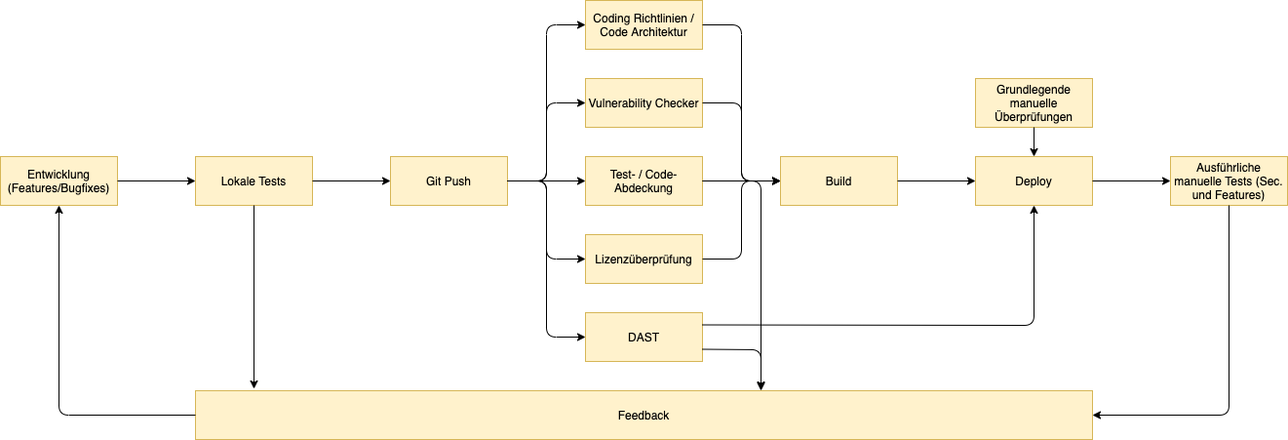
This is img/DevOpsWorkflow.png from TobiasKiehnlein/Seminararbeit-DAST, a draw.io export, as it was before one commit. Source tidied: cells renumbered, new cells last; positions are measured from the earlier drawing's top-left corner, leaving out a move shared by most shapes.
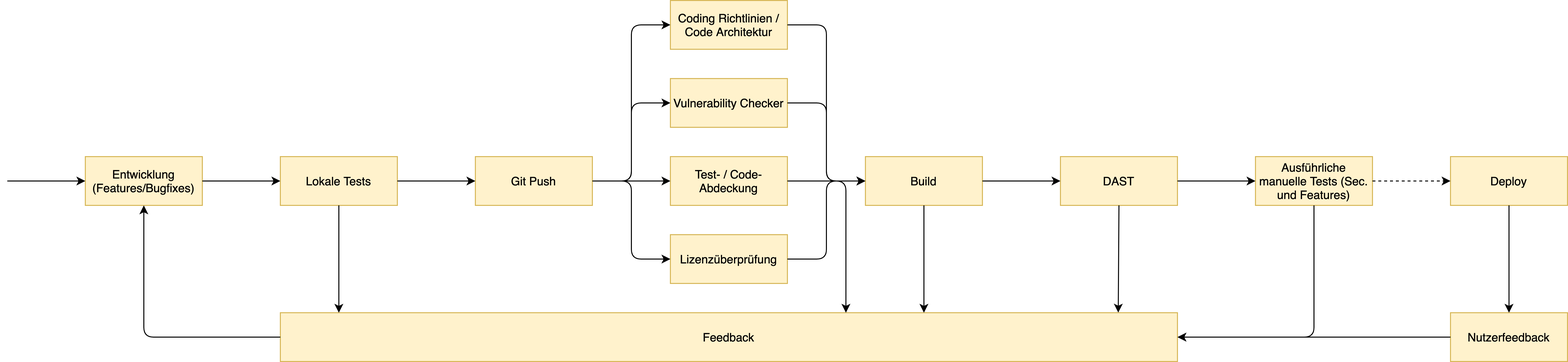
After the change.

The edit, as a diff of the source:
```diff
@@ -24,7 +24,7 @@
       <mxGeometry x="600" y="240" width="120" height="50" as="geometry" />
     </mxCell>
     <mxCell id="9" value="DAST" style="text;html=1;align=center;verticalAlign=middle;whiteSpace=wrap;rounded=0;fillColor=#fff2cc;strokeColor=#d6b656;" parent="1" vertex="1">
-      <mxGeometry x="600" y="320" width="120" height="50" as="geometry" />
+      <mxGeometry x="1000" y="160" width="120" height="50" as="geometry" />
     </mxCell>
     <mxCell id="10" style="endArrow=classic;html=1;exitX=1;exitY=0.5;exitDx=0;exitDy=0;entryX=0;entryY=0.5;entryDx=0;entryDy=0;" parent="1" edge="1" source="4" target="5">
       <mxGeometry relative="1" as="geometry">
@@ -53,14 +53,6 @@
         </Array>
       </mxGeometry>
     </mxCell>
-    <mxCell id="14" style="endArrow=classic;html=1;exitX=1;exitY=0.5;exitDx=0;exitDy=0;entryX=0;entryY=0.5;entryDx=0;entryDy=0;" parent="1" edge="1" source="4" target="9">
-      <mxGeometry relative="1" as="geometry">
-        <Array as="points">
-          <mxPoint x="560" y="185" />
-          <mxPoint x="560" y="345" />
-        </Array>
-      </mxGeometry>
-    </mxCell>
     <mxCell id="15" style="endArrow=classic;html=1;exitX=1;exitY=0.5;exitDx=0;exitDy=0;entryX=0;entryY=0.5;entryDx=0;entryDy=0;" parent="1" edge="1" source="2" target="3">
       <mxGeometry relative="1" as="geometry" />
     </mxCell>
@@ -68,12 +60,12 @@
       <mxGeometry relative="1" as="geometry" />
     </mxCell>
     <mxCell id="17" value="Feedback" style="text;html=1;align=center;verticalAlign=middle;whiteSpace=wrap;rounded=0;fillColor=#fff2cc;strokeColor=#d6b656;" parent="1" vertex="1">
-      <mxGeometry x="200" y="400" width="920" height="50" as="geometry" />
+      <mxGeometry x="200" y="320" width="920" height="50" as="geometry" />
     </mxCell>
     <mxCell id="18" style="endArrow=classic;html=1;entryX=0.5;entryY=1;entryDx=0;entryDy=0;exitX=0;exitY=0.5;exitDx=0;exitDy=0;" parent="1" edge="1" source="17" target="2">
       <mxGeometry relative="1" as="geometry">
         <Array as="points">
-          <mxPoint x="60" y="425" />
+          <mxPoint x="60" y="345" />
         </Array>
       </mxGeometry>
     </mxCell>
@@ -112,57 +104,61 @@
       </mxGeometry>
     </mxCell>
     <mxCell id="24" value="Deploy" style="text;html=1;align=center;verticalAlign=middle;whiteSpace=wrap;rounded=0;fillColor=#fff2cc;strokeColor=#d6b656;" parent="1" vertex="1">
-      <mxGeometry x="1000" y="160" width="120" height="50" as="geometry" />
+      <mxGeometry x="1400" y="160" width="120" height="50" as="geometry" />
     </mxCell>
-    <mxCell id="25" style="endArrow=classic;html=1;exitX=1;exitY=0.5;exitDx=0;exitDy=0;entryX=0;entryY=0.5;entryDx=0;entryDy=0;" parent="1" edge="1" source="19" target="24">
-      <mxGeometry relative="1" as="geometry" />
-    </mxCell>
-    <mxCell id="26" style="endArrow=classic;html=1;exitX=1;exitY=0.25;exitDx=0;exitDy=0;entryX=0.5;entryY=1;entryDx=0;entryDy=0;" parent="1" edge="1" source="9" target="24">
-      <mxGeometry relative="1" as="geometry">
-        <Array as="points">
-          <mxPoint x="1060" y="333" />
-        </Array>
-      </mxGeometry>
-    </mxCell>
-    <mxCell id="27" value="Grundlegende manuelle Überprüfungen" style="text;html=1;align=center;verticalAlign=middle;whiteSpace=wrap;rounded=0;fillColor=#fff2cc;strokeColor=#d6b656;" parent="1" vertex="1">
-      <mxGeometry x="1000" y="80" width="120" height="50" as="geometry" />
-    </mxCell>
-    <mxCell id="28" style="endArrow=classic;html=1;exitX=0.5;exitY=1;exitDx=0;exitDy=0;entryX=0.5;entryY=0;entryDx=0;entryDy=0;" parent="1" edge="1" source="27" target="24">
-      <mxGeometry relative="1" as="geometry" />
-    </mxCell>
     <mxCell id="29" value="Ausführliche manuelle Tests (Sec. und Features)" style="text;html=1;align=center;verticalAlign=middle;whiteSpace=wrap;rounded=0;fillColor=#fff2cc;strokeColor=#d6b656;" parent="1" vertex="1">
       <mxGeometry x="1200" y="160" width="120" height="50" as="geometry" />
     </mxCell>
-    <mxCell id="30" style="endArrow=classic;html=1;exitX=1;exitY=0.5;exitDx=0;exitDy=0;entryX=0;entryY=0.5;entryDx=0;entryDy=0;" parent="1" edge="1" source="24" target="29">
-      <mxGeometry relative="1" as="geometry" />
-    </mxCell>
     <mxCell id="31" style="endArrow=classic;html=1;exitX=0.5;exitY=1;exitDx=0;exitDy=0;entryX=1;entryY=0.5;entryDx=0;entryDy=0;" parent="1" edge="1" source="29" target="17">
       <mxGeometry relative="1" as="geometry">
         <Array as="points">
-          <mxPoint x="1260" y="425" />
+          <mxPoint x="1260" y="345" />
         </Array>
       </mxGeometry>
     </mxCell>
     <mxCell id="32" style="endArrow=classic;html=1;exitX=1;exitY=0.5;exitDx=0;exitDy=0;" parent="1" edge="1" source="7">
       <mxGeometry relative="1" as="geometry">
-        <mxPoint x="780" y="399" as="targetPoint" />
+        <mxPoint x="780" y="320" as="targetPoint" />
         <Array as="points">
           <mxPoint x="780" y="185" />
         </Array>
       </mxGeometry>
     </mxCell>
-    <mxCell id="33" style="endArrow=classic;html=1;exitX=1;exitY=0.75;exitDx=0;exitDy=0;" parent="1" edge="1" source="9">
-      <mxGeometry relative="1" as="geometry">
-        <mxPoint x="780" y="400" as="targetPoint" />
-        <Array as="points">
-          <mxPoint x="780" y="358" />
-        </Array>
-      </mxGeometry>
-    </mxCell>
     <mxCell id="34" style="endArrow=classic;html=1;exitX=0.5;exitY=1;exitDx=0;exitDy=0;" parent="1" edge="1" source="3">
       <mxGeometry relative="1" as="geometry">
-        <mxPoint x="260" y="398" as="targetPoint" />
+        <mxPoint x="260" y="320" as="targetPoint" />
       </mxGeometry>
     </mxCell>
+    <mxCell id="35" style="endArrow=classic;html=1;entryX=0;entryY=0.5;entryDx=0;entryDy=0;" parent="1" edge="1" target="2">
+      <mxGeometry relative="1" as="geometry">
+        <mxPoint x="-80" y="185" as="sourcePoint" />
+      </mxGeometry>
+    </mxCell>
+    <mxCell id="36" style="endArrow=classic;html=1;exitX=1;exitY=0.5;exitDx=0;exitDy=0;entryX=0;entryY=0.5;entryDx=0;entryDy=0;" parent="1" edge="1" source="19" target="9">
+      <mxGeometry relative="1" as="geometry" />
+    </mxCell>
+    <mxCell id="37" style="endArrow=classic;html=1;exitX=1;exitY=0.5;exitDx=0;exitDy=0;entryX=0;entryY=0.5;entryDx=0;entryDy=0;" parent="1" edge="1" source="9" target="29">
+      <mxGeometry relative="1" as="geometry" />
+    </mxCell>
+    <mxCell id="38" style="endArrow=classic;html=1;exitX=1;exitY=0.5;exitDx=0;exitDy=0;entryX=0;entryY=0.5;entryDx=0;entryDy=0;dashed=1;" parent="1" edge="1" source="29" target="24">
+      <mxGeometry relative="1" as="geometry" />
+    </mxCell>
+    <mxCell id="39" value="Nutzerfeedback" style="text;html=1;align=center;verticalAlign=middle;whiteSpace=wrap;rounded=0;fillColor=#fff2cc;strokeColor=#d6b656;" parent="1" vertex="1">
+      <mxGeometry x="1400" y="320" width="120" height="50" as="geometry" />
+    </mxCell>
+    <mxCell id="40" style="endArrow=classic;html=1;exitX=0.5;exitY=1;exitDx=0;exitDy=0;entryX=0.5;entryY=0;entryDx=0;entryDy=0;" parent="1" edge="1" source="24" target="39">
+      <mxGeometry relative="1" as="geometry" />
+    </mxCell>
+    <mxCell id="41" style="endArrow=classic;html=1;exitX=0;exitY=0.5;exitDx=0;exitDy=0;entryX=1;entryY=0.5;entryDx=0;entryDy=0;" parent="1" edge="1" source="39" target="17">
+      <mxGeometry relative="1" as="geometry" />
+    </mxCell>
+    <mxCell id="42" style="endArrow=classic;html=1;exitX=0.5;exitY=1;exitDx=0;exitDy=0;entryX=0.934;entryY=-0.003;entryDx=0;entryDy=0;entryPerimeter=0;" parent="1" edge="1" source="9" target="17">
+      <mxGeometry relative="1" as="geometry" />
+    </mxCell>
+    <mxCell id="43" style="endArrow=classic;html=1;exitX=0.5;exitY=1;exitDx=0;exitDy=0;" parent="1" edge="1" source="19">
+      <mxGeometry relative="1" as="geometry">
+        <mxPoint x="860" y="320" as="targetPoint" />
+      </mxGeometry>
+    </mxCell>
   </root>
 </mxGraphModel>
```
